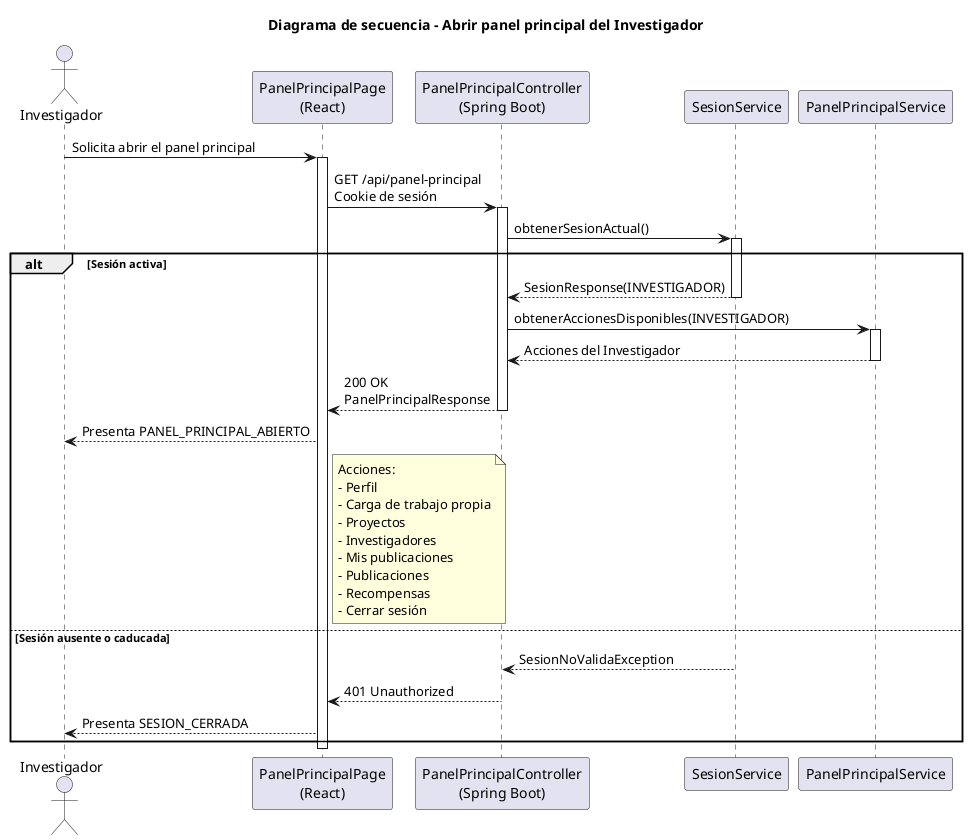
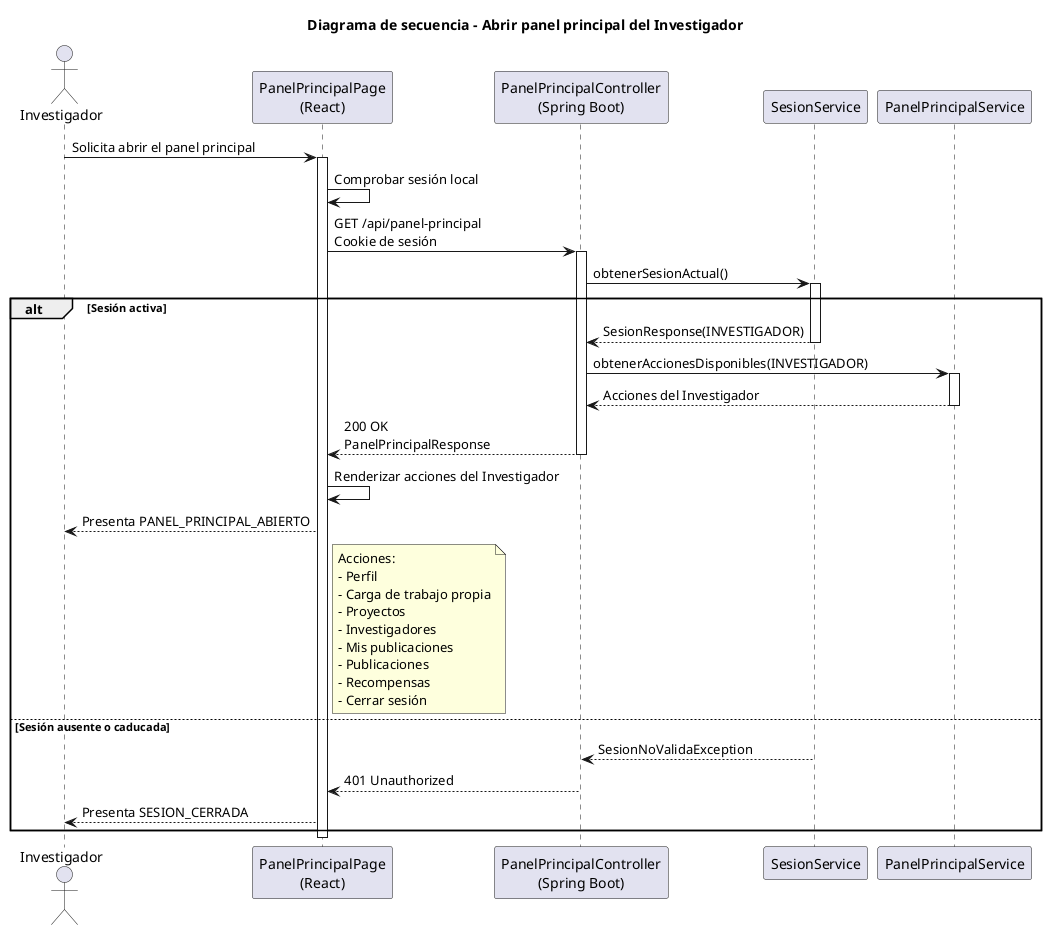
@startuml abrirPanelPrincipal-investigador-diseño
title Diagrama de secuencia - Abrir panel principal del Investigador

actor Investigador
participant "PanelPrincipalPage\n(React)" as Frontend
participant "PanelPrincipalController\n(Spring Boot)" as Api
participant "SesionService" as Sesion
participant "PanelPrincipalService" as Panel

Investigador -> Frontend: Solicita abrir el panel principal
activate Frontend
+ Frontend -> Frontend: Comprobar sesión local
Frontend -> Api: GET /api/panel-principal\nCookie de sesión
activate Api
Api -> Sesion: obtenerSesionActual()
activate Sesion
alt Sesión activa
    Sesion --> Api: SesionResponse(INVESTIGADOR)
    deactivate Sesion
    Api -> Panel: obtenerAccionesDisponibles(INVESTIGADOR)
    activate Panel
    Panel --> Api: Acciones del Investigador
    deactivate Panel
    Api --> Frontend: 200 OK\nPanelPrincipalResponse
    deactivate Api
+     Frontend -> Frontend: Renderizar acciones del Investigador
    Frontend --> Investigador: Presenta PANEL_PRINCIPAL_ABIERTO

    note right of Frontend
    Acciones:
    - Perfil
    - Carga de trabajo propia
    - Proyectos
    - Investigadores
    - Mis publicaciones
    - Publicaciones
    - Recompensas
    - Cerrar sesión
    end note
else Sesión ausente o caducada
    Sesion --> Api: SesionNoValidaException
    deactivate Sesion
    Api --> Frontend: 401 Unauthorized
    deactivate Api
    Frontend --> Investigador: Presenta SESION_CERRADA
end

deactivate Frontend
@enduml
